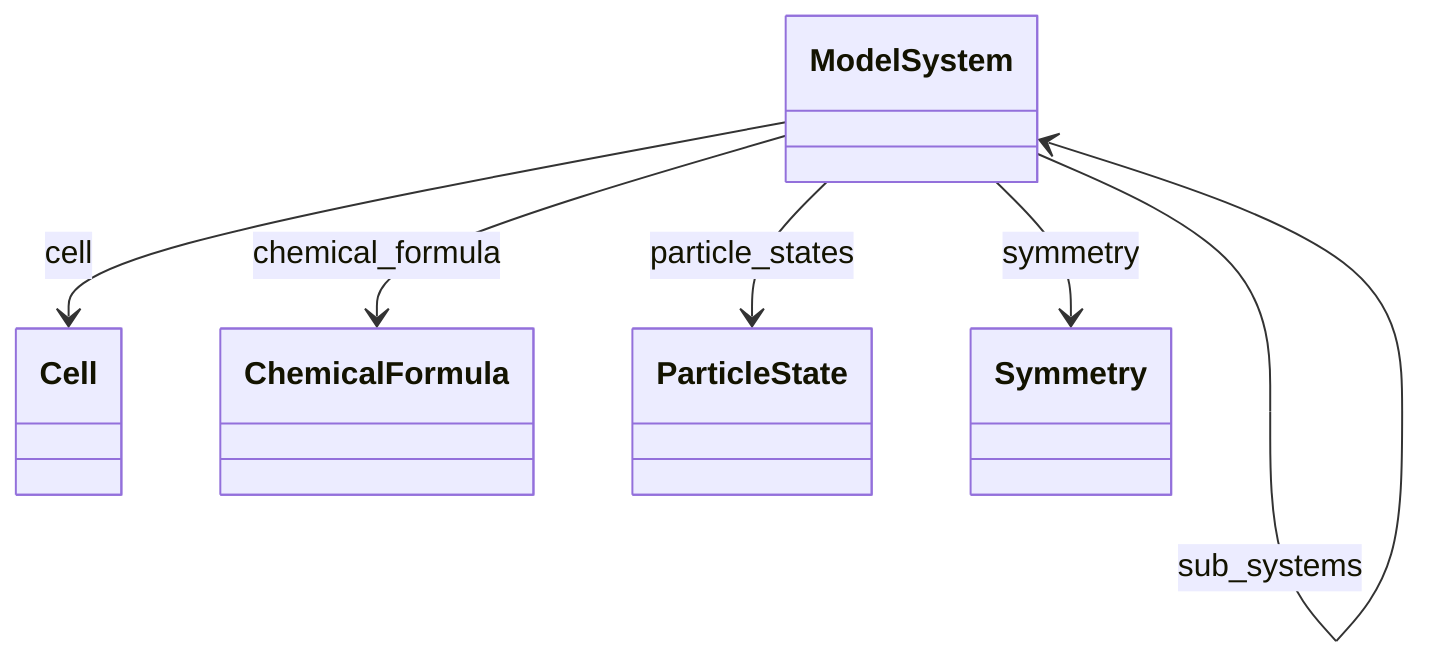
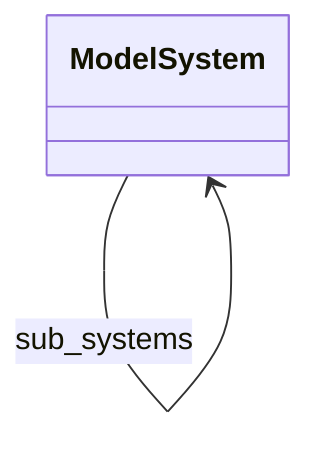
classDiagram
-     class Cell
-     class ChemicalFormula
    class ModelSystem
-     class ParticleState
-     class Symmetry
-     ModelSystem --> Cell : cell
-     ModelSystem --> ChemicalFormula : chemical_formula
    ModelSystem --> ModelSystem : sub_systems
-     ModelSystem --> ParticleState : particle_states
-     ModelSystem --> Symmetry : symmetry
